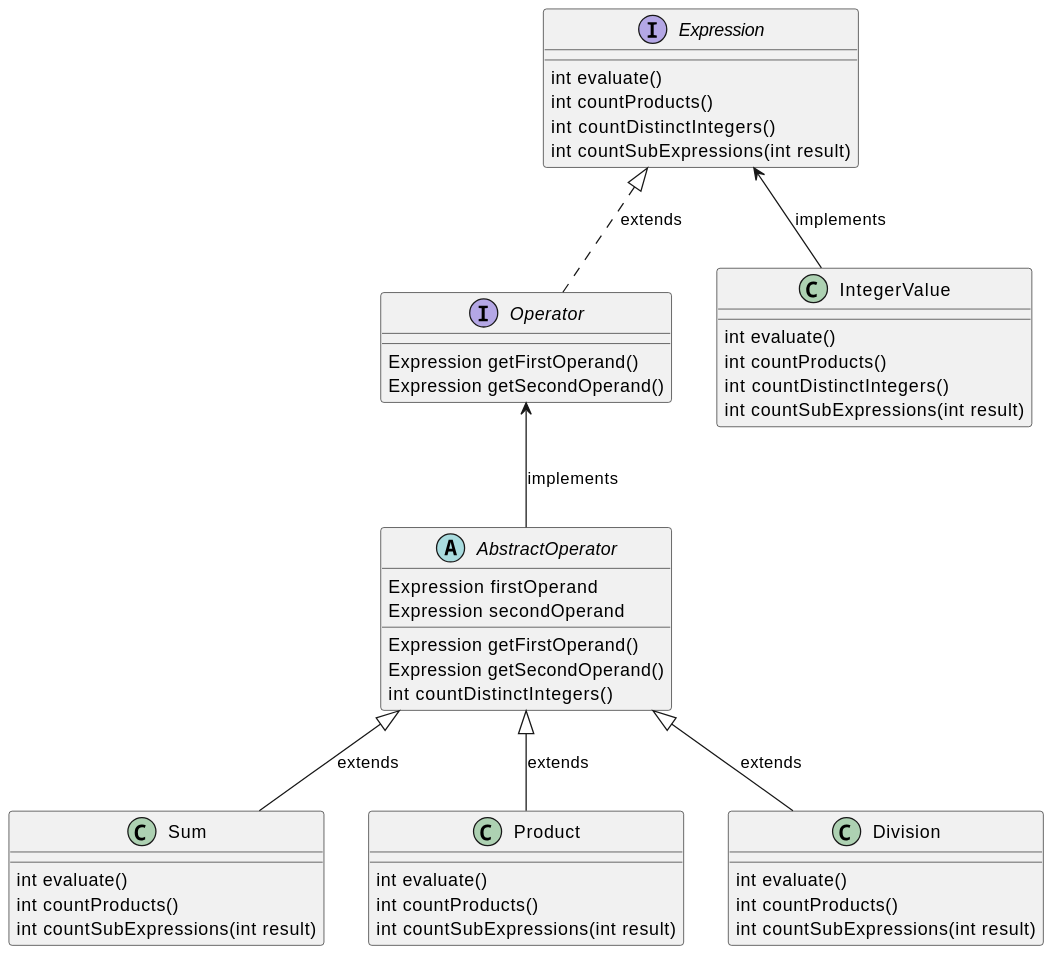
Above: img/diagrams/plantuml/algebraic_expression.svg in unibz-pp-24-25/unibz-pp-24-25.github.io (PlantUML), before the change.
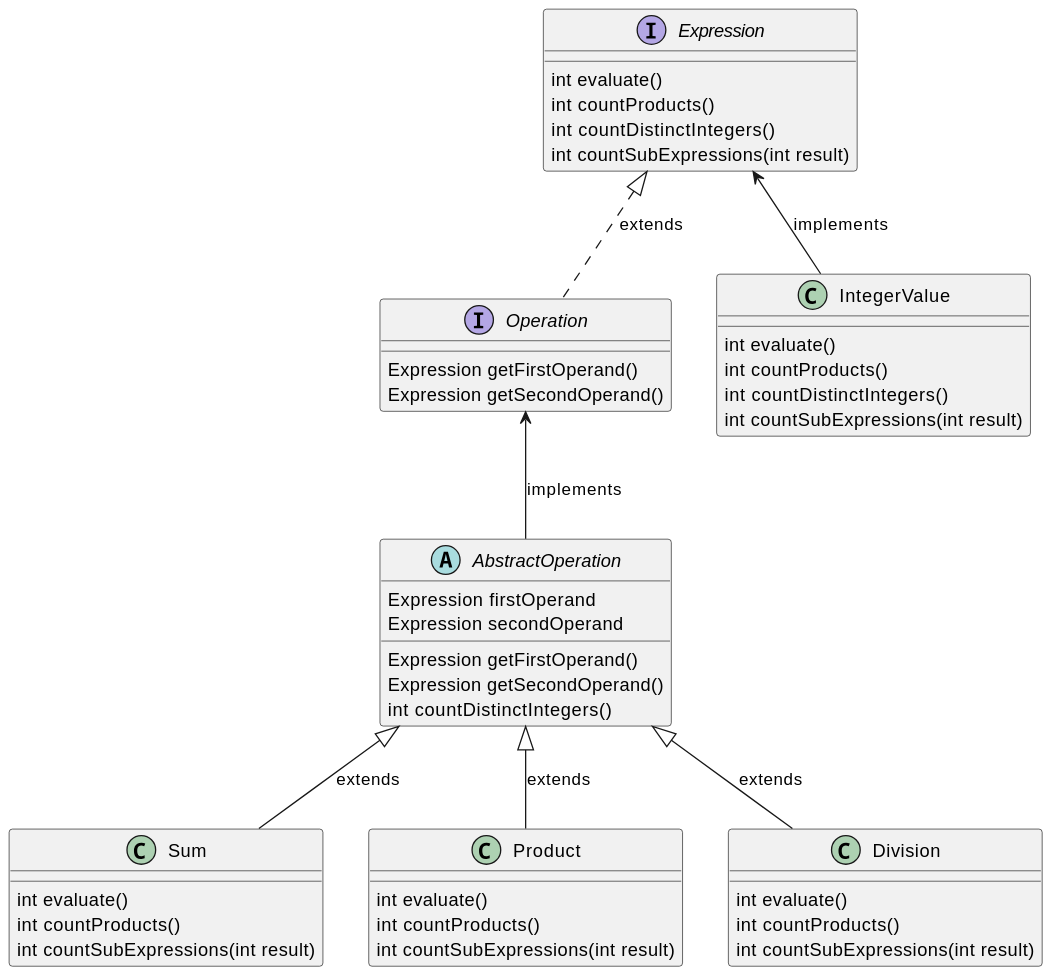
After the commit.

Diff of the diagram source:
```diff
@@ -8,12 +8,12 @@
   int countSubExpressions(int result)
 }
 
-interface Operator {
+interface Operation {
   Expression getFirstOperand()
   Expression getSecondOperand()
 }
 
-abstract class AbstractOperator {
+abstract class AbstractOperation {
   Expression firstOperand
   Expression secondOperand
 
@@ -48,12 +48,12 @@
 }
 
 
-Expression <|.. Operator : extends
+Expression <|.. Operation : extends
 
-Operator <-- AbstractOperator : implements
+Operation <-- AbstractOperation : implements
 Expression <-- IntegerValue : implements
 
-AbstractOperator <|-- Sum : extends
-AbstractOperator <|-- Product : extends
-AbstractOperator <|-- Division : extends
+AbstractOperation <|-- Sum : extends
+AbstractOperation <|-- Product : extends
+AbstractOperation <|-- Division : extends
 @enduml
```
